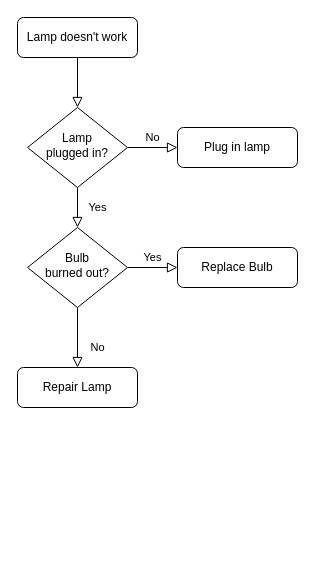
Above: 未命名绘图.drawio in Hia-Hia/A-note (draw.io), before the change. Source tidied: cells renumbered, new cells numbered last; positions are measured from the earlier drawing's top-left corner, leaving out a move shared by most shapes. Both pictures are drawn from the tidied source at 100%, with x=0, y=0 at pixel (17, 17).
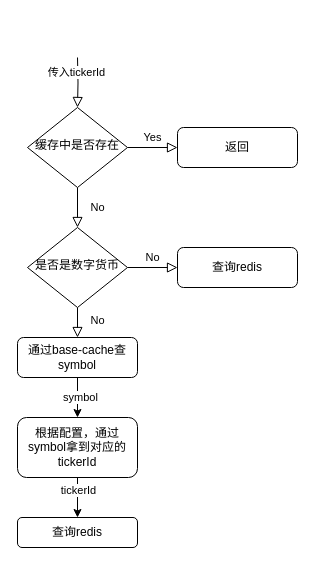
The same diagram, later.

Commit message:
更新未命名绘图.drawio

Change to the diagram source:
```diff
@@
 <mxGraphModel>
   <root>
     <mxCell id="0" />
     <mxCell id="1" parent="0" />
-    <mxCell id="2" style="rounded=0;html=1;jettySize=auto;fontSize=11;endArrow=block;endFill=0;endSize=8;strokeWidth=1;shadow=0;labelBackgroundColor=none;edgeStyle=orthogonalEdgeStyle;" parent="1" edge="1" source="3" target="6">
-      <mxGeometry relative="1" as="geometry" />
+    <mxCell id="2" style="rounded=0;html=1;jettySize=auto;fontSize=11;endArrow=block;endFill=0;endSize=8;strokeWidth=1;shadow=0;labelBackgroundColor=none;edgeStyle=orthogonalEdgeStyle;" parent="1" edge="1" target="6">
+      <mxGeometry relative="1" as="geometry">
+        <mxPoint x="60" y="40" as="sourcePoint" />
+      </mxGeometry>
     </mxCell>
-    <mxCell id="3" value="Lamp doesn't work" style="rounded=1;whiteSpace=wrap;html=1;fontSize=12;glass=0;strokeWidth=1;shadow=0;" parent="1" vertex="1">
-      <mxGeometry width="120" height="40" as="geometry" />
-    </mxCell>
+    <mxCell id="13" value="传入tickerId" style="edgeLabel;html=1;align=center;verticalAlign=middle;" parent="2" vertex="1">
+      <mxGeometry x="-0.44" y="-2" relative="1" as="geometry" />
+    </mxCell>
-    <mxCell id="4" value="Yes" style="rounded=0;html=1;jettySize=auto;fontSize=11;endArrow=block;endFill=0;endSize=8;strokeWidth=1;shadow=0;labelBackgroundColor=none;edgeStyle=orthogonalEdgeStyle;" parent="1" edge="1" source="6" target="10">
+    <mxCell id="4" value="No" style="rounded=0;html=1;jettySize=auto;fontSize=11;endArrow=block;endFill=0;endSize=8;strokeWidth=1;shadow=0;labelBackgroundColor=none;edgeStyle=orthogonalEdgeStyle;" parent="1" edge="1" source="6" target="10">
       <mxGeometry y="20" relative="1" as="geometry" />
     </mxCell>
-    <mxCell id="5" value="No" style="edgeStyle=orthogonalEdgeStyle;rounded=0;html=1;jettySize=auto;fontSize=11;endArrow=block;endFill=0;endSize=8;strokeWidth=1;shadow=0;labelBackgroundColor=none;" parent="1" edge="1" source="6" target="7">
+    <mxCell id="5" value="Yes" style="edgeStyle=orthogonalEdgeStyle;rounded=0;html=1;jettySize=auto;fontSize=11;endArrow=block;endFill=0;endSize=8;strokeWidth=1;shadow=0;labelBackgroundColor=none;" parent="1" edge="1" source="6" target="7">
       <mxGeometry y="10" relative="1" as="geometry" />
     </mxCell>
-    <mxCell id="6" value="Lamp&lt;br&gt;plugged in?" style="rhombus;whiteSpace=wrap;html=1;shadow=0;fontFamily=Helvetica;fontSize=12;align=center;strokeWidth=1;spacing=6;spacingTop=-4;" parent="1" vertex="1">
+    <mxCell id="6" value="缓存中是否存在" style="rhombus;whiteSpace=wrap;html=1;shadow=0;fontFamily=Helvetica;fontSize=12;align=center;strokeWidth=1;spacing=6;spacingTop=-4;" parent="1" vertex="1">
       <mxGeometry x="10" y="90" width="100" height="80" as="geometry" />
     </mxCell>
-    <mxCell id="7" value="Plug in lamp" style="rounded=1;whiteSpace=wrap;html=1;fontSize=12;glass=0;strokeWidth=1;shadow=0;" parent="1" vertex="1">
+    <mxCell id="7" value="返回" style="rounded=1;whiteSpace=wrap;html=1;fontSize=12;glass=0;strokeWidth=1;shadow=0;" parent="1" vertex="1">
       <mxGeometry x="160" y="110" width="120" height="40" as="geometry" />
     </mxCell>
     <mxCell id="8" value="No" style="rounded=0;html=1;jettySize=auto;fontSize=11;endArrow=block;endFill=0;endSize=8;strokeWidth=1;shadow=0;labelBackgroundColor=none;edgeStyle=orthogonalEdgeStyle;" parent="1" edge="1" source="10" target="11">
       <mxGeometry x="0.33" y="20" relative="1" as="geometry" />
     </mxCell>
-    <mxCell id="9" value="Yes" style="edgeStyle=orthogonalEdgeStyle;rounded=0;html=1;jettySize=auto;fontSize=11;endArrow=block;endFill=0;endSize=8;strokeWidth=1;shadow=0;labelBackgroundColor=none;" parent="1" edge="1" source="10" target="12">
+    <mxCell id="9" value="No" style="edgeStyle=orthogonalEdgeStyle;rounded=0;html=1;jettySize=auto;fontSize=11;endArrow=block;endFill=0;endSize=8;strokeWidth=1;shadow=0;labelBackgroundColor=none;" parent="1" edge="1" source="10" target="12">
       <mxGeometry y="10" relative="1" as="geometry" />
     </mxCell>
-    <mxCell id="10" value="Bulb&lt;br&gt;burned out?" style="rhombus;whiteSpace=wrap;html=1;shadow=0;fontFamily=Helvetica;fontSize=12;align=center;strokeWidth=1;spacing=6;spacingTop=-4;" parent="1" vertex="1">
+    <mxCell id="10" value="是否是数字货币" style="rhombus;whiteSpace=wrap;html=1;shadow=0;fontFamily=Helvetica;fontSize=12;align=center;strokeWidth=1;spacing=6;spacingTop=-4;" parent="1" vertex="1">
       <mxGeometry x="10" y="210" width="100" height="80" as="geometry" />
     </mxCell>
+    <mxCell id="14" style="edgeStyle=orthogonalEdgeStyle;rounded=0;jettySize=auto;html=1;" parent="1" edge="1" source="11" target="18">
+      <mxGeometry relative="1" as="geometry" />
+    </mxCell>
+    <mxCell id="15" value="symbol" style="edgeLabel;html=1;align=center;verticalAlign=middle;" parent="14" vertex="1">
+      <mxGeometry x="-0.07" y="2" relative="1" as="geometry" />
+    </mxCell>
-    <mxCell id="11" value="Repair Lamp" style="rounded=1;whiteSpace=wrap;html=1;fontSize=12;glass=0;strokeWidth=1;shadow=0;" parent="1" vertex="1">
-      <mxGeometry y="350" width="120" height="40" as="geometry" />
+    <mxCell id="11" value="通过base-cache查symbol" style="rounded=1;whiteSpace=wrap;html=1;fontSize=12;glass=0;strokeWidth=1;shadow=0;" parent="1" vertex="1">
+      <mxGeometry y="320" width="120" height="40" as="geometry" />
     </mxCell>
-    <mxCell id="12" value="Replace Bulb" style="rounded=1;whiteSpace=wrap;html=1;fontSize=12;glass=0;strokeWidth=1;shadow=0;" parent="1" vertex="1">
+    <mxCell id="12" value="查询redis" style="rounded=1;whiteSpace=wrap;html=1;fontSize=12;glass=0;strokeWidth=1;shadow=0;" parent="1" vertex="1">
       <mxGeometry x="160" y="230" width="120" height="40" as="geometry" />
     </mxCell>
+    <mxCell id="16" style="edgeStyle=orthogonalEdgeStyle;rounded=0;jettySize=auto;html=1;" parent="1" edge="1" source="18" target="19">
+      <mxGeometry relative="1" as="geometry" />
+    </mxCell>
+    <mxCell id="17" value="tickerId" style="edgeLabel;html=1;align=center;verticalAlign=middle;" parent="16" vertex="1">
+      <mxGeometry x="-0.4" relative="1" as="geometry" />
+    </mxCell>
+    <mxCell id="18" value="根据配置，通过symbol拿到对应的tickerId" style="whiteSpace=wrap;html=1;rounded=1;glass=0;strokeWidth=1;shadow=0;" parent="1" vertex="1">
+      <mxGeometry y="400" width="120" height="60" as="geometry" />
+    </mxCell>
+    <mxCell id="19" value="查询redis" style="whiteSpace=wrap;html=1;rounded=1;glass=0;strokeWidth=1;shadow=0;" parent="1" vertex="1">
+      <mxGeometry y="500" width="120" height="30" as="geometry" />
+    </mxCell>
   </root>
 </mxGraphModel>
```
